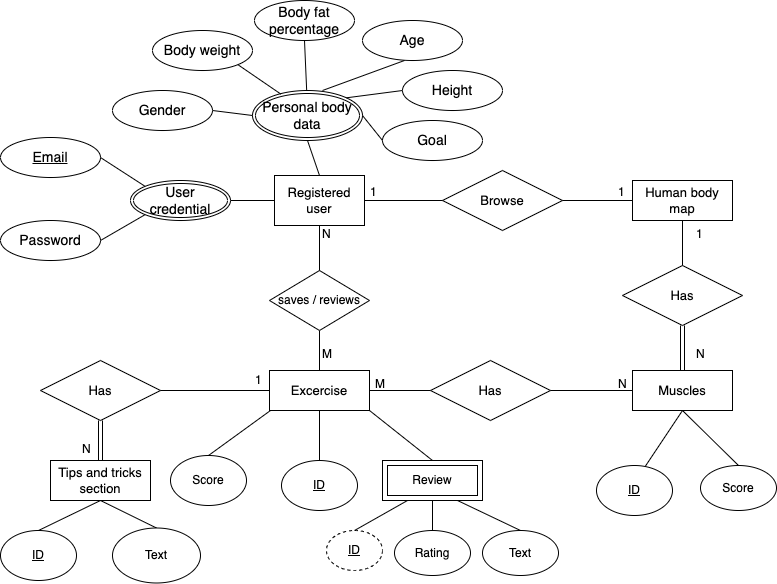
Earlier version of the draw.io export images/er_diagram.png (mezyn/Get-fit). Source tidied: cells renumbered, new cells last; positions are measured from the earlier drawing's top-left corner, leaving out a move shared by most shapes.
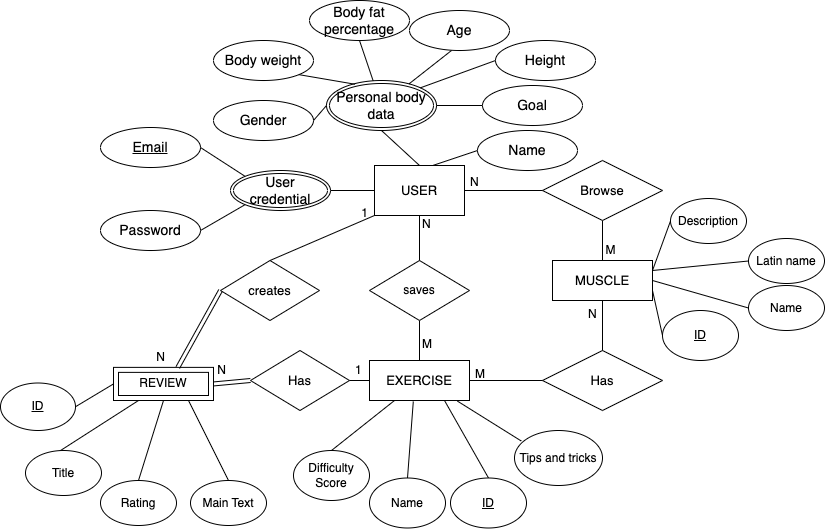
After the change.

What changed in the source:
```diff
@@ -2,29 +2,29 @@
   <root>
     <mxCell id="0" />
     <mxCell id="1" parent="0" />
-    <mxCell id="2" value="Registered user" style="rounded=0;whiteSpace=wrap;html=1;fontSize=13;" parent="1" vertex="1">
+    <mxCell id="2" value="USER" style="rounded=0;whiteSpace=wrap;html=1;fontSize=13;" parent="1" vertex="1">
       <mxGeometry x="274" y="175" width="90" height="50" as="geometry" />
     </mxCell>
     <mxCell id="3" value="Personal body data" style="ellipse;shape=doubleEllipse;margin=3;whiteSpace=wrap;html=1;align=center;fontSize=14;" parent="1" vertex="1">
-      <mxGeometry x="252" y="90" width="110" height="50" as="geometry" />
+      <mxGeometry x="226" y="90" width="110" height="50" as="geometry" />
     </mxCell>
     <mxCell id="4" value="Gender" style="ellipse;whiteSpace=wrap;html=1;align=center;fontSize=14;" parent="1" vertex="1">
-      <mxGeometry x="112" y="90" width="100" height="40" as="geometry" />
+      <mxGeometry x="113" y="110" width="100" height="40" as="geometry" />
     </mxCell>
     <mxCell id="5" value="Body weight" style="ellipse;whiteSpace=wrap;html=1;align=center;fontSize=14;" parent="1" vertex="1">
-      <mxGeometry x="152" y="30" width="100" height="40" as="geometry" />
+      <mxGeometry x="113" y="50" width="100" height="40" as="geometry" />
     </mxCell>
     <mxCell id="6" value="Body fat percentage" style="ellipse;whiteSpace=wrap;html=1;align=center;fontSize=14;" parent="1" vertex="1">
-      <mxGeometry x="254" width="100" height="40" as="geometry" />
+      <mxGeometry x="209" y="10" width="100" height="40" as="geometry" />
     </mxCell>
     <mxCell id="7" value="Age" style="ellipse;whiteSpace=wrap;html=1;align=center;fontSize=14;" parent="1" vertex="1">
-      <mxGeometry x="362" y="20" width="100" height="40" as="geometry" />
+      <mxGeometry x="309" y="20" width="100" height="40" as="geometry" />
     </mxCell>
     <mxCell id="8" value="Height" style="ellipse;whiteSpace=wrap;html=1;align=center;fontSize=14;" parent="1" vertex="1">
-      <mxGeometry x="402" y="70" width="100" height="40" as="geometry" />
+      <mxGeometry x="395" y="50" width="100" height="40" as="geometry" />
     </mxCell>
     <mxCell id="9" value="Goal" style="ellipse;whiteSpace=wrap;html=1;align=center;fontSize=14;" parent="1" vertex="1">
-      <mxGeometry x="382" y="120" width="100" height="40" as="geometry" />
+      <mxGeometry x="382" y="95" width="100" height="40" as="geometry" />
     </mxCell>
     <mxCell id="10" style="endArrow=none;html=1;rounded=0;fontSize=14;exitX=1;exitY=0.5;exitDx=0;exitDy=0;entryX=0;entryY=0.5;entryDx=0;entryDy=0;" parent="1" edge="1" source="4" target="3">
       <mxGeometry relative="1" as="geometry" />
@@ -35,10 +35,8 @@
     <mxCell id="12" style="endArrow=none;html=1;rounded=0;fontSize=14;exitX=0.5;exitY=1;exitDx=0;exitDy=0;" parent="1" edge="1" source="6" target="3">
       <mxGeometry relative="1" as="geometry" />
     </mxCell>
-    <mxCell id="13" style="endArrow=none;html=1;rounded=0;fontSize=14;exitX=0.42;exitY=1;exitDx=0;exitDy=0;exitPerimeter=0;" parent="1" edge="1" source="7">
-      <mxGeometry relative="1" as="geometry">
-        <mxPoint x="322" y="90" as="targetPoint" />
-      </mxGeometry>
+    <mxCell id="13" style="endArrow=none;html=1;rounded=0;fontSize=14;exitX=0.42;exitY=1;exitDx=0;exitDy=0;exitPerimeter=0;" parent="1" edge="1" source="7" target="3">
+      <mxGeometry relative="1" as="geometry" />
     </mxCell>
     <mxCell id="14" style="endArrow=none;html=1;rounded=0;fontSize=14;exitX=0;exitY=0.5;exitDx=0;exitDy=0;entryX=1;entryY=0;entryDx=0;entryDy=0;" parent="1" edge="1" source="8" target="3">
       <mxGeometry relative="1" as="geometry" />
@@ -49,74 +47,50 @@
     <mxCell id="16" style="endArrow=none;html=1;rounded=0;entryX=0.5;entryY=1;entryDx=0;entryDy=0;fontSize=13;exitX=0.5;exitY=0;exitDx=0;exitDy=0;" parent="1" edge="1" source="2" target="3">
       <mxGeometry relative="1" as="geometry" />
     </mxCell>
-    <mxCell id="17" value="Human body map" style="whiteSpace=wrap;html=1;align=center;fontSize=13;" parent="1" vertex="1">
-      <mxGeometry x="632" y="180" width="100" height="40" as="geometry" />
-    </mxCell>
+    <mxCell id="72" style="edgeStyle=none;rounded=0;jettySize=auto;html=1;exitX=0.5;exitY=1;exitDx=0;exitDy=0;entryX=0.5;entryY=0;entryDx=0;entryDy=0;endArrow=none;endFill=0;" parent="1" edge="1" source="18" target="23">
+      <mxGeometry relative="1" as="geometry" />
+    </mxCell>
     <mxCell id="18" value="Browse" style="shape=rhombus;perimeter=rhombusPerimeter;whiteSpace=wrap;html=1;align=center;fontSize=13;" parent="1" vertex="1">
       <mxGeometry x="442" y="170" width="120" height="60" as="geometry" />
     </mxCell>
     <mxCell id="19" style="endArrow=none;html=1;rounded=0;fontSize=14;exitX=0;exitY=0.5;exitDx=0;exitDy=0;entryX=1;entryY=0.5;entryDx=0;entryDy=0;" parent="1" edge="1" source="18" target="2">
       <mxGeometry relative="1" as="geometry" />
     </mxCell>
-    <mxCell id="20" style="endArrow=none;html=1;rounded=0;fontSize=14;exitX=0;exitY=0.5;exitDx=0;exitDy=0;entryX=1;entryY=0.5;entryDx=0;entryDy=0;" parent="1" edge="1" source="17" target="18">
-      <mxGeometry relative="1" as="geometry" />
-    </mxCell>
-    <mxCell id="21" value="Has" style="shape=rhombus;perimeter=rhombusPerimeter;whiteSpace=wrap;html=1;align=center;fontSize=13;" parent="1" vertex="1">
-      <mxGeometry x="622" y="265" width="120" height="60" as="geometry" />
-    </mxCell>
-    <mxCell id="22" style="endArrow=none;html=1;rounded=0;fontSize=14;exitX=0.5;exitY=1;exitDx=0;exitDy=0;entryX=0.5;entryY=0;entryDx=0;entryDy=0;" parent="1" edge="1" source="17" target="21">
-      <mxGeometry relative="1" as="geometry" />
-    </mxCell>
-    <mxCell id="23" value="Muscles" style="whiteSpace=wrap;html=1;align=center;fontSize=13;" parent="1" vertex="1">
-      <mxGeometry x="632" y="370" width="100" height="40" as="geometry" />
+    <mxCell id="23" value="MUSCLE" style="whiteSpace=wrap;html=1;align=center;fontSize=13;" parent="1" vertex="1">
+      <mxGeometry x="452" y="270" width="100" height="40" as="geometry" />
     </mxCell>
     <mxCell id="24" value="Has" style="shape=rhombus;perimeter=rhombusPerimeter;whiteSpace=wrap;html=1;align=center;fontSize=13;" parent="1" vertex="1">
-      <mxGeometry x="430" y="360" width="120" height="60" as="geometry" />
+      <mxGeometry x="442" y="360" width="120" height="60" as="geometry" />
     </mxCell>
-    <mxCell id="25" style="endArrow=none;html=1;rounded=0;fontSize=14;exitX=0;exitY=0.5;exitDx=0;exitDy=0;entryX=1;entryY=0.5;entryDx=0;entryDy=0;" parent="1" edge="1" source="23" target="24">
+    <mxCell id="25" style="endArrow=none;html=1;rounded=0;fontSize=14;exitX=0.5;exitY=1;exitDx=0;exitDy=0;" parent="1" edge="1" source="23" target="24">
       <mxGeometry relative="1" as="geometry" />
     </mxCell>
+    <mxCell id="73" style="rounded=0;jettySize=auto;html=1;exitX=0.25;exitY=1;exitDx=0;exitDy=0;endArrow=none;endFill=0;entryX=0.5;entryY=0;entryDx=0;entryDy=0;" parent="1" edge="1" source="26" target="74">
+      <mxGeometry relative="1" as="geometry" />
+    </mxCell>
-    <mxCell id="26" value="Excercise" style="whiteSpace=wrap;html=1;align=center;fontSize=13;" parent="1" vertex="1">
+    <mxCell id="26" value="EXERCISE" style="whiteSpace=wrap;html=1;align=center;fontSize=13;" parent="1" vertex="1">
       <mxGeometry x="269" y="370" width="100" height="40" as="geometry" />
     </mxCell>
     <mxCell id="27" style="endArrow=none;html=1;rounded=0;fontSize=14;exitX=0;exitY=0.5;exitDx=0;exitDy=0;entryX=1;entryY=0.5;entryDx=0;entryDy=0;" parent="1" edge="1" source="24" target="26">
       <mxGeometry relative="1" as="geometry" />
     </mxCell>
-    <mxCell id="28" value="Tips and tricks section" style="whiteSpace=wrap;html=1;align=center;fontSize=13;" parent="1" vertex="1">
-      <mxGeometry x="50" y="460" width="100" height="40" as="geometry" />
-    </mxCell>
     <mxCell id="29" value="Has" style="shape=rhombus;perimeter=rhombusPerimeter;whiteSpace=wrap;html=1;align=center;fontSize=13;" parent="1" vertex="1">
-      <mxGeometry x="40" y="360" width="120" height="60" as="geometry" />
+      <mxGeometry x="150" y="360" width="99" height="60" as="geometry" />
     </mxCell>
-    <mxCell id="30" value="1" style="text;strokeColor=none;fillColor=none;spacingLeft=4;spacingRight=4;overflow=hidden;fontSize=12;" parent="1" vertex="1">
-      <mxGeometry x="612" y="178" width="20" height="30" as="geometry" />
-    </mxCell>
     <mxCell id="31" value="N" style="text;strokeColor=none;fillColor=none;spacingLeft=4;spacingRight=4;overflow=hidden;fontSize=12;" parent="1" vertex="1">
       <mxGeometry x="316" y="220" width="20" height="30" as="geometry" />
     </mxCell>
-    <mxCell id="32" style="shape=link;html=1;rounded=0;fontSize=13;entryX=0.5;entryY=0;entryDx=0;entryDy=0;exitX=0.5;exitY=1;exitDx=0;exitDy=0;" parent="1" edge="1" source="21" target="23">
-      <mxGeometry relative="1" as="geometry" />
-    </mxCell>
-    <mxCell id="33" value="1" style="text;strokeColor=none;fillColor=none;spacingLeft=4;spacingRight=4;overflow=hidden;fontSize=12;" parent="1" vertex="1">
-      <mxGeometry x="690" y="220" width="20" height="30" as="geometry" />
-    </mxCell>
-    <mxCell id="34" value="N" style="text;strokeColor=none;fillColor=none;spacingLeft=4;spacingRight=4;overflow=hidden;fontSize=12;" parent="1" vertex="1">
-      <mxGeometry x="690" y="340" width="20" height="30" as="geometry" />
-    </mxCell>
     <mxCell id="35" value="M" style="text;strokeColor=none;fillColor=none;spacingLeft=4;spacingRight=4;overflow=hidden;fontSize=12;" parent="1" vertex="1">
       <mxGeometry x="369" y="370" width="20" height="30" as="geometry" />
     </mxCell>
     <mxCell id="36" value="M" style="text;strokeColor=none;fillColor=none;spacingLeft=4;spacingRight=4;overflow=hidden;fontSize=12;" parent="1" vertex="1">
       <mxGeometry x="316" y="340" width="20" height="30" as="geometry" />
     </mxCell>
-    <mxCell id="37" style="shape=link;html=1;rounded=0;fontSize=13;exitX=0.5;exitY=0;exitDx=0;exitDy=0;entryX=0.5;entryY=1;entryDx=0;entryDy=0;" parent="1" edge="1" source="28" target="29">
-      <mxGeometry relative="1" as="geometry" />
-    </mxCell>
-    <mxCell id="38" value="1" style="text;strokeColor=none;fillColor=none;spacingLeft=4;spacingRight=4;overflow=hidden;fontSize=12;" parent="1" vertex="1">
+    <mxCell id="38" value="N" style="text;strokeColor=none;fillColor=none;spacingLeft=4;spacingRight=4;overflow=hidden;fontSize=12;" parent="1" vertex="1">
       <mxGeometry x="364" y="178" width="20" height="30" as="geometry" />
     </mxCell>
     <mxCell id="39" value="N" style="text;strokeColor=none;fillColor=none;spacingLeft=4;spacingRight=4;overflow=hidden;fontSize=12;" parent="1" vertex="1">
-      <mxGeometry x="612" y="370" width="20" height="30" as="geometry" />
+      <mxGeometry x="482" y="310" width="20" height="30" as="geometry" />
     </mxCell>
     <mxCell id="40" value="&lt;u&gt;Email&lt;/u&gt;" style="ellipse;whiteSpace=wrap;html=1;align=center;fontSize=14;" parent="1" vertex="1">
       <mxGeometry y="137" width="100" height="40" as="geometry" />
@@ -139,7 +113,7 @@
     <mxCell id="46" style="endArrow=none;html=1;rounded=0;exitX=0.5;exitY=0;exitDx=0;exitDy=0;entryX=0.5;entryY=1;entryDx=0;entryDy=0;" parent="1" edge="1" source="26" target="47">
       <mxGeometry relative="1" as="geometry" />
     </mxCell>
-    <mxCell id="47" value="saves / reviews" style="rhombus;whiteSpace=wrap;html=1;" parent="1" vertex="1">
+    <mxCell id="47" value="saves" style="rhombus;whiteSpace=wrap;html=1;" parent="1" vertex="1">
       <mxGeometry x="269" y="270" width="100" height="60" as="geometry" />
     </mxCell>
     <mxCell id="48" style="endArrow=none;html=1;rounded=0;exitX=0.5;exitY=0;exitDx=0;exitDy=0;entryX=0.5;entryY=1;entryDx=0;entryDy=0;" parent="1" edge="1" source="47" target="2">
@@ -148,71 +122,41 @@
     <mxCell id="49" style="endArrow=none;html=1;rounded=0;exitX=1;exitY=0.5;exitDx=0;exitDy=0;entryX=0;entryY=0.5;entryDx=0;entryDy=0;" parent="1" edge="1" source="29" target="26">
       <mxGeometry relative="1" as="geometry" />
     </mxCell>
-    <mxCell id="50" style="endArrow=none;html=1;rounded=0;entryX=0.5;entryY=1;entryDx=0;entryDy=0;exitX=0.5;exitY=0;exitDx=0;exitDy=0;" parent="1" edge="1" target="26">
-      <mxGeometry relative="1" as="geometry">
-        <mxPoint x="319" y="460" as="sourcePoint" />
-      </mxGeometry>
+    <mxCell id="50" style="endArrow=none;html=1;rounded=0;entryX=0.75;entryY=1;entryDx=0;entryDy=0;exitX=0.5;exitY=0;exitDx=0;exitDy=0;" parent="1" edge="1" source="56" target="26">
+      <mxGeometry relative="1" as="geometry" />
     </mxCell>
-    <mxCell id="51" value="Score" style="ellipse;whiteSpace=wrap;html=1;" parent="1" vertex="1">
-      <mxGeometry x="170" y="455" width="76" height="50" as="geometry" />
-    </mxCell>
-    <mxCell id="52" style="endArrow=none;html=1;rounded=0;exitX=0.5;exitY=0;exitDx=0;exitDy=0;" parent="1" edge="1" source="51">
-      <mxGeometry relative="1" as="geometry">
-        <mxPoint x="270" y="410" as="targetPoint" />
-      </mxGeometry>
-    </mxCell>
-    <mxCell id="53" value="Review" style="shape=ext;margin=3;double=1;whiteSpace=wrap;html=1;align=center;" parent="1" vertex="1">
-      <mxGeometry x="382" y="460" width="100" height="40" as="geometry" />
+    <mxCell id="53" value="REVIEW" style="shape=ext;margin=3;double=1;whiteSpace=wrap;html=1;align=center;" parent="1" vertex="1">
+      <mxGeometry x="13" y="376.9" width="100" height="33.1" as="geometry" />
     </mxCell>
-    <mxCell id="54" style="endArrow=none;html=1;rounded=0;exitX=1;exitY=1;exitDx=0;exitDy=0;entryX=0.5;entryY=0;entryDx=0;entryDy=0;" parent="1" edge="1" source="26" target="53">
-      <mxGeometry relative="1" as="geometry" />
-    </mxCell>
-    <mxCell id="55" value="Score" style="ellipse;whiteSpace=wrap;html=1;" parent="1" vertex="1">
-      <mxGeometry x="700" y="465" width="76" height="45" as="geometry" />
+    <mxCell id="55" value="Description" style="ellipse;whiteSpace=wrap;html=1;" parent="1" vertex="1">
+      <mxGeometry x="570" y="208" width="76" height="45" as="geometry" />
     </mxCell>
     <mxCell id="56" value="&lt;u&gt;ID&lt;/u&gt;" style="ellipse;whiteSpace=wrap;html=1;" parent="1" vertex="1">
-      <mxGeometry x="281" y="460" width="76" height="50" as="geometry" />
+      <mxGeometry x="350" y="487.5" width="76" height="50" as="geometry" />
     </mxCell>
-    <mxCell id="57" style="endArrow=none;html=1;rounded=0;entryX=0.5;entryY=1;entryDx=0;entryDy=0;exitX=0.5;exitY=0;exitDx=0;exitDy=0;" parent="1" edge="1" target="23">
-      <mxGeometry relative="1" as="geometry">
-        <mxPoint x="642" y="470" as="sourcePoint" />
-      </mxGeometry>
+    <mxCell id="57" style="endArrow=none;html=1;rounded=0;entryX=1;entryY=0.75;entryDx=0;entryDy=0;exitX=0;exitY=0.5;exitDx=0;exitDy=0;" parent="1" edge="1" source="59" target="23">
+      <mxGeometry relative="1" as="geometry" />
     </mxCell>
-    <mxCell id="58" style="endArrow=none;html=1;rounded=0;exitX=0.5;exitY=0;exitDx=0;exitDy=0;entryX=0.5;entryY=1;entryDx=0;entryDy=0;" parent="1" edge="1" source="55" target="23">
+    <mxCell id="58" style="endArrow=none;html=1;rounded=0;exitX=0;exitY=0.5;exitDx=0;exitDy=0;entryX=1;entryY=0.25;entryDx=0;entryDy=0;" parent="1" edge="1" source="55" target="23">
       <mxGeometry relative="1" as="geometry" />
     </mxCell>
     <mxCell id="59" value="&lt;u&gt;ID&lt;/u&gt;" style="ellipse;whiteSpace=wrap;html=1;" parent="1" vertex="1">
-      <mxGeometry x="596" y="465" width="76" height="50" as="geometry" />
+      <mxGeometry x="562" y="320" width="76" height="50" as="geometry" />
     </mxCell>
-    <mxCell id="60" value="&lt;u&gt;ID&lt;/u&gt;" style="ellipse;whiteSpace=wrap;html=1;" parent="1" vertex="1">
-      <mxGeometry y="530" width="76" height="50" as="geometry" />
-    </mxCell>
-    <mxCell id="61" style="endArrow=none;html=1;rounded=0;exitX=0.5;exitY=0;exitDx=0;exitDy=0;entryX=0.5;entryY=1;entryDx=0;entryDy=0;" parent="1" edge="1" source="60" target="28">
-      <mxGeometry relative="1" as="geometry" />
-    </mxCell>
-    <mxCell id="62" style="endArrow=none;html=1;rounded=0;exitX=0.5;exitY=0;exitDx=0;exitDy=0;entryX=0.5;entryY=1;entryDx=0;entryDy=0;" parent="1" edge="1" source="63" target="28">
-      <mxGeometry relative="1" as="geometry" />
-    </mxCell>
-    <mxCell id="63" value="Text" style="ellipse;whiteSpace=wrap;html=1;" parent="1" vertex="1">
-      <mxGeometry x="112" y="527.5" width="88" height="55" as="geometry" />
-    </mxCell>
     <mxCell id="64" value="1" style="text;strokeColor=none;fillColor=none;spacingLeft=4;spacingRight=4;overflow=hidden;fontSize=12;" parent="1" vertex="1">
       <mxGeometry x="249" y="366" width="20" height="30" as="geometry" />
     </mxCell>
-    <mxCell id="65" value="N" style="text;strokeColor=none;fillColor=none;spacingLeft=4;spacingRight=4;overflow=hidden;fontSize=12;" parent="1" vertex="1">
-      <mxGeometry x="76" y="435" width="20" height="30" as="geometry" />
-    </mxCell>
-    <mxCell id="66" value="&lt;u&gt;ID&lt;/u&gt;" style="ellipse;whiteSpace=wrap;html=1;dashed=1;" parent="1" vertex="1">
-      <mxGeometry x="326" y="530" width="56" height="40" as="geometry" />
+    <mxCell id="66" value="&lt;u&gt;ID&lt;/u&gt;" style="ellipse;whiteSpace=wrap;html=1;" parent="1" vertex="1">
+      <mxGeometry x="-100" y="392.5" width="75" height="47.5" as="geometry" />
     </mxCell>
-    <mxCell id="67" style="endArrow=none;html=1;rounded=0;exitX=0.5;exitY=0;exitDx=0;exitDy=0;entryX=0.25;entryY=1;entryDx=0;entryDy=0;" parent="1" edge="1" source="66" target="53">
+    <mxCell id="67" style="endArrow=none;html=1;rounded=0;entryX=0;entryY=0.5;entryDx=0;entryDy=0;exitX=1;exitY=0.5;exitDx=0;exitDy=0;" parent="1" edge="1" source="66" target="53">
       <mxGeometry relative="1" as="geometry" />
     </mxCell>
     <mxCell id="68" value="Rating" style="ellipse;whiteSpace=wrap;html=1;" parent="1" vertex="1">
-      <mxGeometry x="394" y="530" width="76" height="45" as="geometry" />
+      <mxGeometry y="490" width="76" height="45" as="geometry" />
     </mxCell>
-    <mxCell id="69" value="Text" style="ellipse;whiteSpace=wrap;html=1;" parent="1" vertex="1">
-      <mxGeometry x="482" y="530" width="76" height="45" as="geometry" />
+    <mxCell id="69" value="Main Text" style="ellipse;whiteSpace=wrap;html=1;" parent="1" vertex="1">
+      <mxGeometry x="90" y="490" width="76" height="45" as="geometry" />
     </mxCell>
     <mxCell id="70" style="endArrow=none;html=1;rounded=0;exitX=0.5;exitY=0;exitDx=0;exitDy=0;entryX=0.5;entryY=1;entryDx=0;entryDy=0;" parent="1" edge="1" source="68" target="53">
       <mxGeometry relative="1" as="geometry" />
@@ -220,5 +164,68 @@
     <mxCell id="71" style="endArrow=none;html=1;rounded=0;exitX=0.5;exitY=0;exitDx=0;exitDy=0;entryX=0.75;entryY=1;entryDx=0;entryDy=0;" parent="1" edge="1" source="69" target="53">
       <mxGeometry relative="1" as="geometry" />
     </mxCell>
+    <mxCell id="74" value="Difficulty Score" style="ellipse;whiteSpace=wrap;html=1;" parent="1" vertex="1">
+      <mxGeometry x="193" y="460" width="76" height="50" as="geometry" />
+    </mxCell>
+    <mxCell id="75" value="M" style="text;html=1;align=center;verticalAlign=middle;strokeColor=none;fillColor=none;" parent="1" vertex="1">
+      <mxGeometry x="495" y="245" width="30" height="30" as="geometry" />
+    </mxCell>
+    <mxCell id="76" style="edgeStyle=none;rounded=0;jettySize=auto;html=1;exitX=0;exitY=0.5;exitDx=0;exitDy=0;endArrow=none;endFill=0;entryX=0.25;entryY=1;entryDx=0;entryDy=0;" parent="1" edge="1" source="77" target="53">
+      <mxGeometry relative="1" as="geometry" />
+    </mxCell>
+    <mxCell id="77" value="Title" style="ellipse;whiteSpace=wrap;html=1;" parent="1" vertex="1">
+      <mxGeometry x="-75" y="460" width="76" height="45" as="geometry" />
+    </mxCell>
+    <mxCell id="78" style="endArrow=none;html=1;rounded=0;exitX=0.878;exitY=1.013;exitDx=0;exitDy=0;entryX=0.077;entryY=0.191;entryDx=0;entryDy=0;entryPerimeter=0;exitPerimeter=0;" parent="1" edge="1" source="26" target="91">
+      <mxGeometry relative="1" as="geometry" />
+    </mxCell>
+    <mxCell id="79" style="edgeStyle=none;rounded=0;jettySize=auto;html=1;exitX=0.5;exitY=0;exitDx=0;exitDy=0;entryX=0;entryY=1;entryDx=0;entryDy=0;endArrow=none;endFill=0;" parent="1" edge="1" source="80" target="2">
+      <mxGeometry relative="1" as="geometry" />
+    </mxCell>
+    <mxCell id="80" value="creates" style="shape=rhombus;perimeter=rhombusPerimeter;whiteSpace=wrap;html=1;align=center;fontSize=13;" parent="1" vertex="1">
+      <mxGeometry x="120" y="270" width="99" height="60" as="geometry" />
+    </mxCell>
+    <mxCell id="81" value="N" style="text;html=1;align=center;verticalAlign=middle;strokeColor=none;fillColor=none;" parent="1" vertex="1">
+      <mxGeometry x="45" y="352" width="30" height="30" as="geometry" />
+    </mxCell>
+    <mxCell id="82" value="1" style="text;html=1;align=center;verticalAlign=middle;strokeColor=none;fillColor=none;" parent="1" vertex="1">
+      <mxGeometry x="249" y="208" width="30" height="30" as="geometry" />
+    </mxCell>
+    <mxCell id="83" value="Name" style="ellipse;whiteSpace=wrap;html=1;align=center;fontSize=14;" parent="1" vertex="1">
+      <mxGeometry x="377" y="140" width="100" height="40" as="geometry" />
+    </mxCell>
+    <mxCell id="84" style="endArrow=none;html=1;rounded=0;fontSize=14;exitX=0;exitY=0.5;exitDx=0;exitDy=0;entryX=0.647;entryY=0;entryDx=0;entryDy=0;entryPerimeter=0;" parent="1" edge="1" source="83" target="2">
+      <mxGeometry relative="1" as="geometry" />
+    </mxCell>
+    <mxCell id="85" value="Latin name" style="ellipse;whiteSpace=wrap;html=1;" parent="1" vertex="1">
+      <mxGeometry x="648" y="248" width="76" height="45" as="geometry" />
+    </mxCell>
+    <mxCell id="86" style="endArrow=none;html=1;rounded=0;exitX=0;exitY=0.5;exitDx=0;exitDy=0;entryX=1;entryY=0.25;entryDx=0;entryDy=0;" parent="1" edge="1" source="85" target="23">
+      <mxGeometry relative="1" as="geometry" />
+    </mxCell>
+    <mxCell id="87" value="Name" style="ellipse;whiteSpace=wrap;html=1;" parent="1" vertex="1">
+      <mxGeometry x="648" y="295" width="76" height="45" as="geometry" />
+    </mxCell>
+    <mxCell id="88" style="endArrow=none;html=1;rounded=0;exitX=0;exitY=0.5;exitDx=0;exitDy=0;entryX=1;entryY=0.5;entryDx=0;entryDy=0;" parent="1" edge="1" source="87" target="23">
+      <mxGeometry relative="1" as="geometry" />
+    </mxCell>
+    <mxCell id="89" style="rounded=0;jettySize=auto;html=1;exitX=0.438;exitY=1.025;exitDx=0;exitDy=0;endArrow=none;endFill=0;entryX=0.5;entryY=0;entryDx=0;entryDy=0;exitPerimeter=0;" parent="1" edge="1" source="26" target="90">
+      <mxGeometry relative="1" as="geometry" />
+    </mxCell>
+    <mxCell id="90" value="Name" style="ellipse;whiteSpace=wrap;html=1;" parent="1" vertex="1">
+      <mxGeometry x="269" y="487.5" width="76" height="50" as="geometry" />
+    </mxCell>
+    <mxCell id="91" value="Tips and tricks" style="ellipse;whiteSpace=wrap;html=1;" parent="1" vertex="1">
+      <mxGeometry x="414" y="440" width="88" height="55" as="geometry" />
+    </mxCell>
+    <mxCell id="92" value="N" style="text;html=1;align=center;verticalAlign=middle;strokeColor=none;fillColor=none;" parent="1" vertex="1">
+      <mxGeometry x="106" y="364.5" width="30" height="30" as="geometry" />
+    </mxCell>
+    <mxCell id="93" style="shape=link;html=1;rounded=0;exitX=1;exitY=0.5;exitDx=0;exitDy=0;entryX=0;entryY=0.5;entryDx=0;entryDy=0;" parent="1" edge="1" source="53" target="29">
+      <mxGeometry relative="1" as="geometry" />
+    </mxCell>
+    <mxCell id="94" style="shape=link;html=1;rounded=0;exitX=0.643;exitY=0.004;exitDx=0;exitDy=0;entryX=0;entryY=0.5;entryDx=0;entryDy=0;exitPerimeter=0;" parent="1" edge="1" source="53" target="80">
+      <mxGeometry relative="1" as="geometry" />
+    </mxCell>
   </root>
 </mxGraphModel>
```
